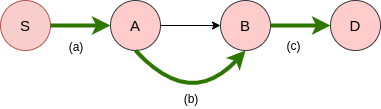
Before: Untitled Diagram.png, a diagram exported from draw.io (diletta-prog/or). Source tidied: cells renumbered, new cells last; positions are measured from the earlier drawing's top-left corner, leaving out a move shared by most shapes.
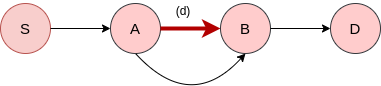
The same file after the commit.

Change to the diagram source:
```diff
@@ -14,30 +14,24 @@
     <mxCell id="5" value="&lt;span style=&quot;font-size: 15px&quot;&gt;D&lt;/span&gt;" style="ellipse;whiteSpace=wrap;html=1;fillColor=#ffcccc;strokeColor=#36393d;" parent="1" vertex="1">
       <mxGeometry x="330" width="50" height="50" as="geometry" />
     </mxCell>
-    <mxCell id="6" style="endArrow=classic;html=1;exitX=1;exitY=0.5;exitDx=0;exitDy=0;entryX=0;entryY=0.5;entryDx=0;entryDy=0;fillColor=#60a917;strokeColor=#2D7600;strokeWidth=4;" parent="1" edge="1" source="2" target="3">
+    <mxCell id="6" style="endArrow=classic;html=1;exitX=1;exitY=0.5;exitDx=0;exitDy=0;entryX=0;entryY=0.5;entryDx=0;entryDy=0;" parent="1" edge="1" source="2" target="3">
       <mxGeometry relative="1" as="geometry" />
     </mxCell>
-    <mxCell id="7" style="endArrow=classic;html=1;exitX=1;exitY=0.5;exitDx=0;exitDy=0;entryX=0;entryY=0.5;entryDx=0;entryDy=0;" parent="1" edge="1" source="3" target="4">
+    <mxCell id="7" style="endArrow=classic;html=1;exitX=1;exitY=0.5;exitDx=0;exitDy=0;entryX=0;entryY=0.5;entryDx=0;entryDy=0;fillColor=#e51400;strokeColor=#B20000;strokeWidth=4;" parent="1" edge="1" source="3" target="4">
       <mxGeometry relative="1" as="geometry" />
     </mxCell>
-    <mxCell id="8" style="endArrow=classic;html=1;exitX=1;exitY=0.5;exitDx=0;exitDy=0;entryX=0;entryY=0.5;entryDx=0;entryDy=0;fillColor=#60a917;strokeColor=#2D7600;strokeWidth=4;" parent="1" edge="1" source="4" target="5">
+    <mxCell id="8" style="endArrow=classic;html=1;exitX=1;exitY=0.5;exitDx=0;exitDy=0;entryX=0;entryY=0.5;entryDx=0;entryDy=0;" parent="1" edge="1" source="4" target="5">
       <mxGeometry relative="1" as="geometry" />
     </mxCell>
-    <mxCell id="9" style="curved=1;endArrow=classic;html=1;exitX=0.5;exitY=1;exitDx=0;exitDy=0;entryX=0.5;entryY=1;entryDx=0;entryDy=0;fillColor=#60a917;strokeColor=#2D7600;strokeWidth=4;" parent="1" edge="1" source="3" target="4">
+    <mxCell id="9" style="curved=1;endArrow=classic;html=1;exitX=0.5;exitY=1;exitDx=0;exitDy=0;entryX=0.5;entryY=1;entryDx=0;entryDy=0;" parent="1" edge="1" source="3" target="4">
       <mxGeometry relative="1" as="geometry">
         <Array as="points">
           <mxPoint x="190" y="110" />
         </Array>
       </mxGeometry>
     </mxCell>
-    <mxCell id="10" value="(a)" style="text;html=1;strokeColor=none;fillColor=none;align=center;verticalAlign=middle;whiteSpace=wrap;rounded=0;sketch=0;" parent="1" vertex="1">
-      <mxGeometry x="56" y="36" width="40" height="20" as="geometry" />
-    </mxCell>
-    <mxCell id="11" value="(b)" style="text;html=1;strokeColor=none;fillColor=none;align=center;verticalAlign=middle;whiteSpace=wrap;rounded=0;sketch=0;" parent="1" vertex="1">
-      <mxGeometry x="171" y="88" width="40" height="20" as="geometry" />
-    </mxCell>
-    <mxCell id="12" value="(c)" style="text;html=1;align=center;verticalAlign=middle;strokeColor=none;" parent="1" vertex="1">
-      <mxGeometry x="281" y="36" width="24" height="18" as="geometry" />
-    </mxCell>
+    <mxCell id="13" value="(d)" style="text;html=1;strokeColor=none;fillColor=none;align=center;verticalAlign=middle;whiteSpace=wrap;rounded=0;sketch=0;" parent="1" vertex="1">
+      <mxGeometry x="163" y="-3" width="40" height="20" as="geometry" />
+    </mxCell>
   </root>
 </mxGraphModel>
```
